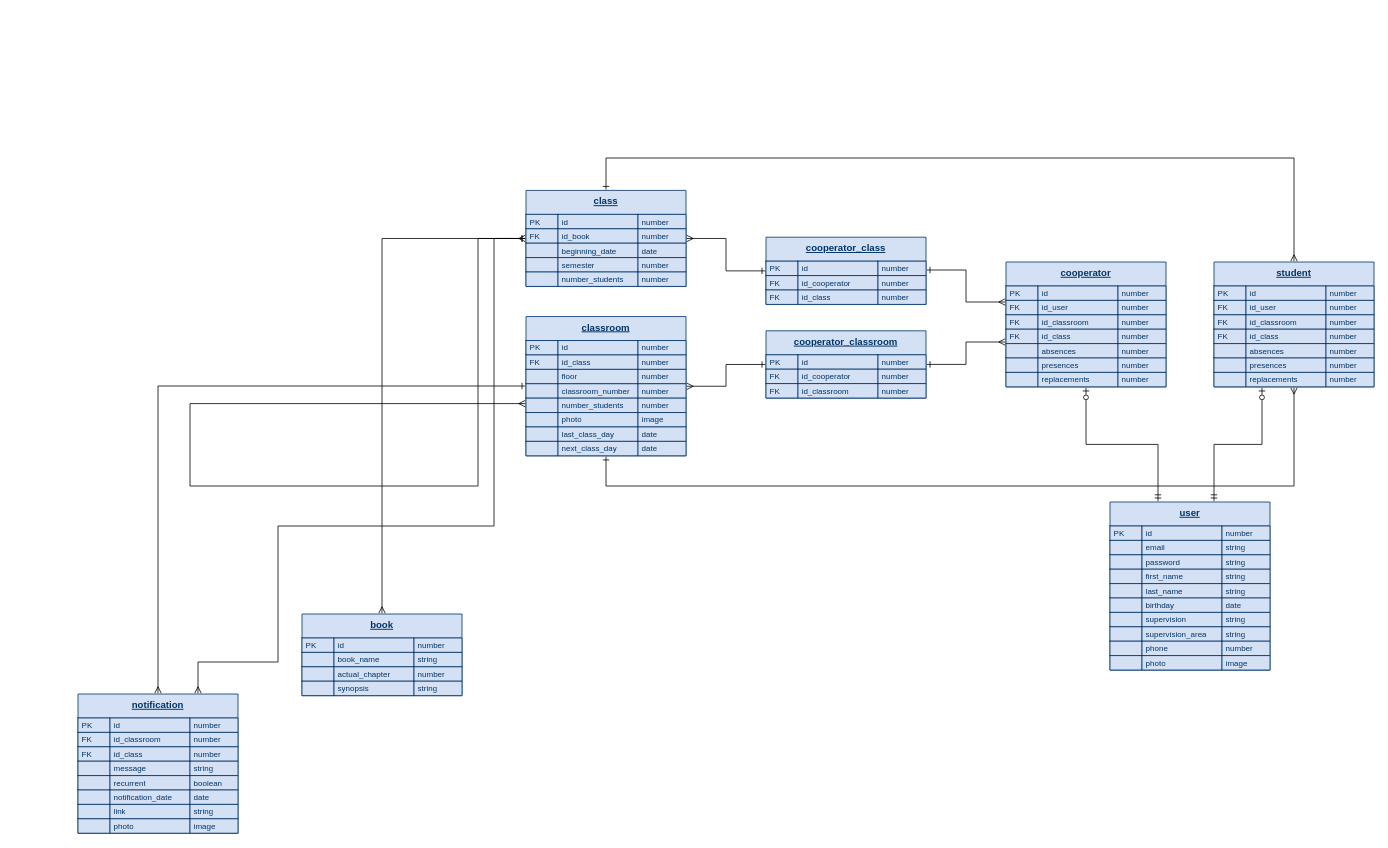
This is ser_db.drawio from FreeSoulsDotBat/SER, a draw.io file, before an edit. Source tidied: cells renumbered, new cells numbered last; positions are measured from the earlier drawing's top-left corner, leaving out a move shared by most shapes. Both pictures are drawn from the tidied source at 80%, with x=0, y=0 at pixel (78, 158).
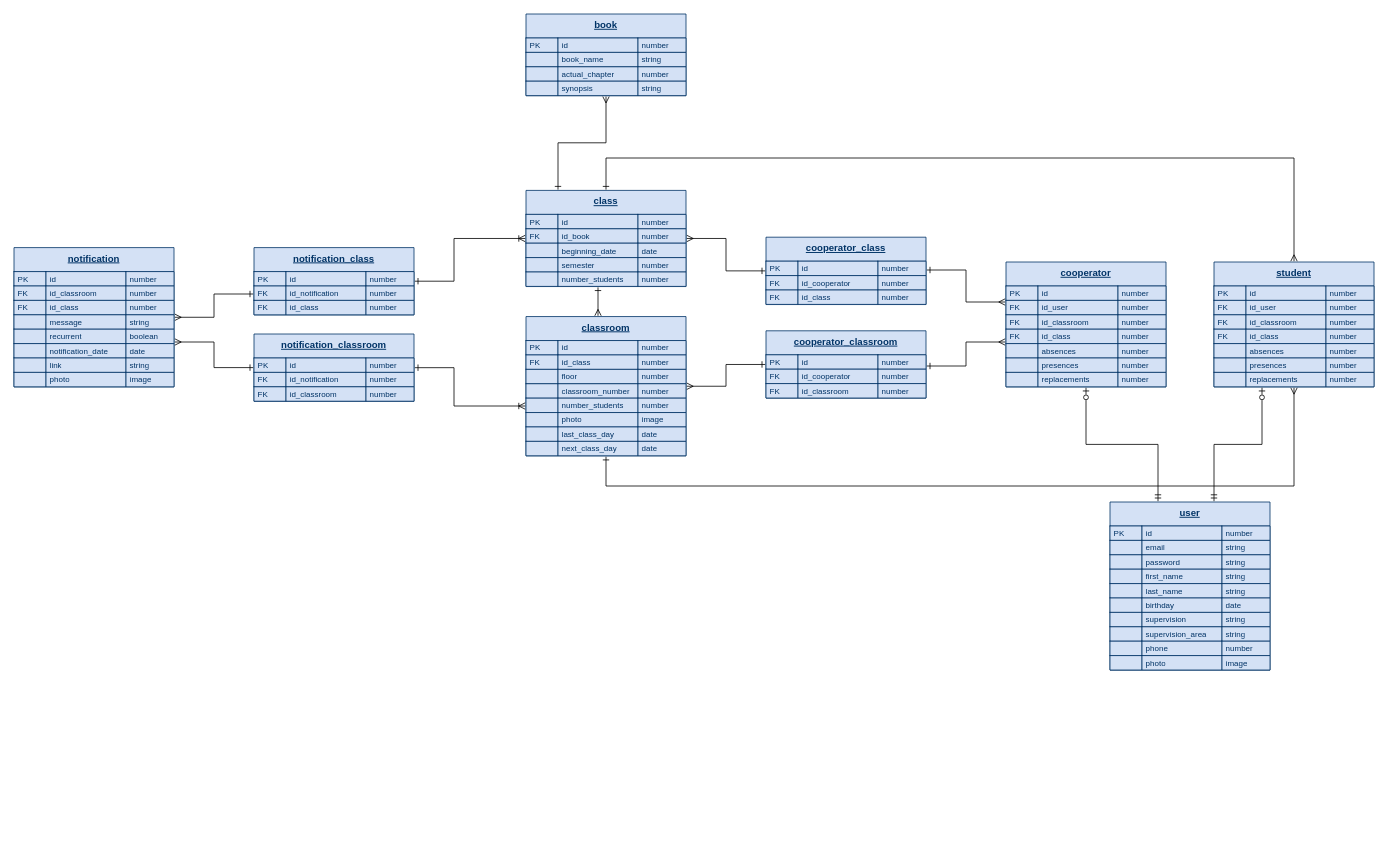
After the change.

The change refers to these unchanged cells:
```xml
<mxCell id="32" value="classroom" style="shape=table;startSize=30;childLayout=tableLayout;fontStyle=5;align=center;fillColor=#D4E1F5;strokeColor=#003366;fontColor=#003366;verticalAlign=top;swimlaneLine=1;sketch=0;perimeterSpacing=1;" parent="1" vertex="1">
  <mxGeometry x="560" y="198.2" width="200" height="174.2" as="geometry" />
</mxCell>
<mxCell id="101" value="class" style="shape=table;startSize=30;childLayout=tableLayout;fontStyle=5;align=center;fillColor=#D4E1F5;strokeColor=#003366;fontColor=#003366;verticalAlign=top;swimlaneLine=1;sketch=0;perimeterSpacing=1;" parent="1" vertex="1">
  <mxGeometry x="560" y="40.5" width="200" height="120.2" as="geometry" />
</mxCell>
<mxCell id="186" value="cooperator" style="shape=table;startSize=30;childLayout=tableLayout;fontStyle=5;align=center;fillColor=#D4E1F5;strokeColor=#003366;fontColor=#003366;verticalAlign=top;swimlaneLine=1;sketch=0;perimeterSpacing=1;" parent="1" vertex="1">
  <mxGeometry x="1160" y="130" width="200" height="156.2" as="geometry" />
</mxCell>
<mxCell id="216" value="cooperator_classroom" style="shape=table;startSize=30;childLayout=tableLayout;fontStyle=5;align=center;fillColor=#D4E1F5;strokeColor=#003366;fontColor=#003366;verticalAlign=top;swimlaneLine=1;sketch=0;perimeterSpacing=1;" parent="1" vertex="1">
  <mxGeometry x="860" y="216" width="200" height="84.2" as="geometry" />
</mxCell>
```

Diff of the diagram source:
```diff
@@
-    <mxCell id="65" style="edgeStyle=orthogonalEdgeStyle;rounded=0;jettySize=auto;html=1;fontSize=10;fontColor=#003366;startArrow=ERmany;startFill=0;endArrow=ERone;endFill=0;" parent="1" edge="1" source="66" target="32">
+    <mxCell id="65" style="edgeStyle=orthogonalEdgeStyle;rounded=0;jettySize=auto;html=1;fontSize=10;fontColor=#003366;startArrow=ERone;startFill=0;endArrow=ERoneToMany;endFill=0;" parent="1" edge="1" source="258" target="32">
       <mxGeometry relative="1" as="geometry">
         <Array as="points">
-          <mxPoint x="100" y="285" />
+          <mxPoint x="470" y="262" />
+          <mxPoint x="470" y="310" />
         </Array>
       </mxGeometry>
     </mxCell>
+    <mxCell id="243" style="edgeStyle=orthogonalEdgeStyle;rounded=0;jettySize=auto;html=1;startArrow=ERmany;startFill=0;endArrow=ERone;endFill=0;" parent="1" edge="1" source="66" target="245">
+      <mxGeometry relative="1" as="geometry">
+        <Array as="points">
+          <mxPoint x="170" y="199" />
+          <mxPoint x="170" y="170" />
+        </Array>
+      </mxGeometry>
+    </mxCell>
+    <mxCell id="244" style="edgeStyle=orthogonalEdgeStyle;rounded=0;jettySize=auto;html=1;startArrow=ERmany;startFill=0;endArrow=ERone;endFill=0;" parent="1" edge="1" source="66" target="258">
+      <mxGeometry relative="1" as="geometry">
+        <Array as="points">
+          <mxPoint x="170" y="230" />
+          <mxPoint x="170" y="262" />
+        </Array>
+      </mxGeometry>
+    </mxCell>
     <mxCell id="66" value="notification" style="shape=table;startSize=30;childLayout=tableLayout;fontStyle=5;align=center;fillColor=#D4E1F5;strokeColor=#003366;fontColor=#003366;verticalAlign=top;swimlaneLine=1;sketch=0;perimeterSpacing=1;" parent="1" vertex="1">
-      <mxGeometry y="670" width="200" height="174.2" as="geometry" />
+      <mxGeometry x="-80" y="112" width="200" height="174.2" as="geometry" />
     </mxCell>
@@
     <mxCell id="99" style="edgeStyle=orthogonalEdgeStyle;rounded=0;jettySize=auto;html=1;fontSize=10;fontColor=#003366;startArrow=ERone;startFill=0;endArrow=ERmany;endFill=0;" parent="1" edge="1" source="101" target="123">
-      <mxGeometry relative="1" as="geometry" />
+      <mxGeometry relative="1" as="geometry">
+        <Array as="points">
+          <mxPoint x="600" y="-19" />
+          <mxPoint x="660" y="-19" />
+        </Array>
+      </mxGeometry>
     </mxCell>
@@
     <mxCell id="122" style="edgeStyle=orthogonalEdgeStyle;rounded=0;jettySize=auto;html=1;fontSize=10;fontColor=#003366;startArrow=ERone;startFill=0;endArrow=ERmany;endFill=0;" parent="1" edge="1" source="101" target="32">
       <mxGeometry relative="1" as="geometry">
         <Array as="points">
-          <mxPoint x="500" y="101" />
-          <mxPoint x="500" y="410" />
-          <mxPoint x="140" y="410" />
-          <mxPoint x="140" y="307" />
+          <mxPoint x="650" y="180" />
+          <mxPoint x="650" y="180" />
         </Array>
       </mxGeometry>
     </mxCell>
     <mxCell id="123" value="book" style="shape=table;startSize=30;childLayout=tableLayout;fontStyle=5;align=center;fillColor=#D4E1F5;strokeColor=#003366;fontColor=#003366;verticalAlign=top;swimlaneLine=1;sketch=0;perimeterSpacing=1;" parent="1" vertex="1">
-      <mxGeometry x="280" y="570" width="200" height="102.2" as="geometry" />
+      <mxGeometry x="560" y="-180" width="200" height="102.2" as="geometry" />
     </mxCell>
@@
-    <mxCell id="140" style="edgeStyle=orthogonalEdgeStyle;rounded=0;jettySize=auto;html=1;fontSize=10;fontColor=#003366;startArrow=ERmany;startFill=0;endArrow=ERmany;endFill=0;" parent="1" edge="1" source="101" target="66">
+    <mxCell id="140" style="edgeStyle=orthogonalEdgeStyle;rounded=0;jettySize=auto;html=1;fontSize=10;fontColor=#003366;startArrow=ERoneToMany;startFill=0;endArrow=ERone;endFill=0;" parent="1" edge="1" source="101" target="245">
       <mxGeometry relative="1" as="geometry">
         <Array as="points">
-          <mxPoint x="520" y="101" />
-          <mxPoint x="520" y="460" />
-          <mxPoint x="250" y="460" />
-          <mxPoint x="250" y="630" />
-          <mxPoint x="150" y="630" />
+          <mxPoint x="470" y="101" />
+          <mxPoint x="470" y="154" />
         </Array>
       </mxGeometry>
     </mxCell>
@@
     <mxCell id="185" style="edgeStyle=orthogonalEdgeStyle;rounded=0;jettySize=auto;html=1;startArrow=ERmany;startFill=0;endArrow=ERone;endFill=0;" parent="1" edge="1" source="186" target="216">
       <mxGeometry relative="1" as="geometry">
         <Array as="points">
           <mxPoint x="1110" y="230" />
-          <mxPoint x="1110" y="258" />
+          <mxPoint x="1110" y="260" />
         </Array>
       </mxGeometry>
     </mxCell>
@@
+    <mxCell id="245" value="notification_class" style="shape=table;startSize=30;childLayout=tableLayout;fontStyle=5;align=center;fillColor=#D4E1F5;strokeColor=#003366;fontColor=#003366;verticalAlign=top;swimlaneLine=1;sketch=0;perimeterSpacing=1;" parent="1" vertex="1">
+      <mxGeometry x="220" y="112" width="200" height="84.2" as="geometry" />
+    </mxCell>
+    <mxCell id="246" style="shape=tableRow;horizontal=0;startSize=0;swimlaneHead=0;swimlaneBody=0;top=0;left=0;bottom=0;right=0;fillColor=none;" parent="245" vertex="1">
+      <mxGeometry y="30" width="200" height="18" as="geometry" />
+    </mxCell>
+    <mxCell id="247" value="PK" style="shape=partialRectangle;html=1;whiteSpace=wrap;fillColor=#D4E1F5;top=1;left=1;bottom=1;right=1;overflow=hidden;strokeColor=#003366;strokeWidth=1;align=left;fontColor=#003366;spacingLeft=5;fontSize=10;spacing=0;" parent="246" vertex="1">
+      <mxGeometry width="40" height="18" as="geometry" />
+    </mxCell>
+    <mxCell id="248" value="id" style="shape=partialRectangle;html=1;whiteSpace=wrap;fillColor=#D4E1F5;top=1;left=1;bottom=1;right=1;overflow=hidden;strokeColor=#003366;strokeWidth=1;align=left;fontColor=#003366;spacingLeft=5;fontSize=10;spacing=0;" parent="246" vertex="1">
+      <mxGeometry x="40" width="100" height="18" as="geometry" />
+    </mxCell>
+    <mxCell id="249" value="number" style="shape=partialRectangle;html=1;whiteSpace=wrap;fillColor=#D4E1F5;top=1;left=1;bottom=1;right=1;overflow=hidden;strokeColor=#003366;strokeWidth=1;align=left;fontColor=#003366;spacingLeft=5;fontSize=10;spacing=0;" parent="246" vertex="1">
+      <mxGeometry x="140" width="60" height="18" as="geometry" />
+    </mxCell>
+    <mxCell id="250" style="shape=tableRow;horizontal=0;startSize=0;swimlaneHead=0;swimlaneBody=0;top=0;left=0;bottom=0;right=0;fillColor=none;" parent="245" vertex="1">
+      <mxGeometry y="48" width="200" height="18" as="geometry" />
+    </mxCell>
+    <mxCell id="251" value="FK" style="shape=partialRectangle;html=1;whiteSpace=wrap;fillColor=#D4E1F5;top=1;left=1;bottom=1;right=1;overflow=hidden;strokeColor=#003366;strokeWidth=1;align=left;fontColor=#003366;spacingLeft=5;fontSize=10;spacing=0;" parent="250" vertex="1">
+      <mxGeometry width="40" height="18" as="geometry" />
+    </mxCell>
+    <mxCell id="252" value="id_notification" style="shape=partialRectangle;html=1;whiteSpace=wrap;fillColor=#D4E1F5;top=1;left=1;bottom=1;right=1;overflow=hidden;strokeColor=#003366;strokeWidth=1;align=left;fontColor=#003366;spacingLeft=5;fontSize=10;spacing=0;" parent="250" vertex="1">
+      <mxGeometry x="40" width="100" height="18" as="geometry" />
+    </mxCell>
+    <mxCell id="253" value="number" style="shape=partialRectangle;html=1;whiteSpace=wrap;fillColor=#D4E1F5;top=1;left=1;bottom=1;right=1;overflow=hidden;strokeColor=#003366;strokeWidth=1;align=left;fontColor=#003366;spacingLeft=5;fontSize=10;spacing=0;" parent="250" vertex="1">
+      <mxGeometry x="140" width="60" height="18" as="geometry" />
+    </mxCell>
+    <mxCell id="254" style="shape=tableRow;horizontal=0;startSize=0;swimlaneHead=0;swimlaneBody=0;top=0;left=0;bottom=0;right=0;fillColor=none;" parent="245" vertex="1">
+      <mxGeometry y="66" width="200" height="18" as="geometry" />
+    </mxCell>
+    <mxCell id="255" value="FK" style="shape=partialRectangle;html=1;whiteSpace=wrap;fillColor=#D4E1F5;top=1;left=1;bottom=1;right=1;overflow=hidden;strokeColor=#003366;strokeWidth=1;align=left;fontColor=#003366;spacingLeft=5;fontSize=10;spacing=0;" parent="254" vertex="1">
+      <mxGeometry width="40" height="18" as="geometry" />
+    </mxCell>
+    <mxCell id="256" value="id_class" style="shape=partialRectangle;html=1;whiteSpace=wrap;fillColor=#D4E1F5;top=1;left=1;bottom=1;right=1;overflow=hidden;strokeColor=#003366;strokeWidth=1;align=left;fontColor=#003366;spacingLeft=5;fontSize=10;spacing=0;" parent="254" vertex="1">
+      <mxGeometry x="40" width="100" height="18" as="geometry" />
+    </mxCell>
+    <mxCell id="257" value="number" style="shape=partialRectangle;html=1;whiteSpace=wrap;fillColor=#D4E1F5;top=1;left=1;bottom=1;right=1;overflow=hidden;strokeColor=#003366;strokeWidth=1;align=left;fontColor=#003366;spacingLeft=5;fontSize=10;spacing=0;" parent="254" vertex="1">
+      <mxGeometry x="140" width="60" height="18" as="geometry" />
+    </mxCell>
+    <mxCell id="258" value="notification_classroom" style="shape=table;startSize=30;childLayout=tableLayout;fontStyle=5;align=center;fillColor=#D4E1F5;strokeColor=#003366;fontColor=#003366;verticalAlign=top;swimlaneLine=1;sketch=0;perimeterSpacing=1;" parent="1" vertex="1">
+      <mxGeometry x="220" y="220" width="200" height="84.2" as="geometry" />
+    </mxCell>
+    <mxCell id="259" style="shape=tableRow;horizontal=0;startSize=0;swimlaneHead=0;swimlaneBody=0;top=0;left=0;bottom=0;right=0;fillColor=none;" parent="258" vertex="1">
+      <mxGeometry y="30" width="200" height="18" as="geometry" />
+    </mxCell>
+    <mxCell id="260" value="PK" style="shape=partialRectangle;html=1;whiteSpace=wrap;fillColor=#D4E1F5;top=1;left=1;bottom=1;right=1;overflow=hidden;strokeColor=#003366;strokeWidth=1;align=left;fontColor=#003366;spacingLeft=5;fontSize=10;spacing=0;" parent="259" vertex="1">
+      <mxGeometry width="40" height="18" as="geometry" />
+    </mxCell>
+    <mxCell id="261" value="id" style="shape=partialRectangle;html=1;whiteSpace=wrap;fillColor=#D4E1F5;top=1;left=1;bottom=1;right=1;overflow=hidden;strokeColor=#003366;strokeWidth=1;align=left;fontColor=#003366;spacingLeft=5;fontSize=10;spacing=0;" parent="259" vertex="1">
+      <mxGeometry x="40" width="100" height="18" as="geometry" />
+    </mxCell>
+    <mxCell id="262" value="number" style="shape=partialRectangle;html=1;whiteSpace=wrap;fillColor=#D4E1F5;top=1;left=1;bottom=1;right=1;overflow=hidden;strokeColor=#003366;strokeWidth=1;align=left;fontColor=#003366;spacingLeft=5;fontSize=10;spacing=0;" parent="259" vertex="1">
+      <mxGeometry x="140" width="60" height="18" as="geometry" />
+    </mxCell>
+    <mxCell id="263" style="shape=tableRow;horizontal=0;startSize=0;swimlaneHead=0;swimlaneBody=0;top=0;left=0;bottom=0;right=0;fillColor=none;" parent="258" vertex="1">
+      <mxGeometry y="48" width="200" height="18" as="geometry" />
+    </mxCell>
+    <mxCell id="264" value="FK" style="shape=partialRectangle;html=1;whiteSpace=wrap;fillColor=#D4E1F5;top=1;left=1;bottom=1;right=1;overflow=hidden;strokeColor=#003366;strokeWidth=1;align=left;fontColor=#003366;spacingLeft=5;fontSize=10;spacing=0;" parent="263" vertex="1">
+      <mxGeometry width="40" height="18" as="geometry" />
+    </mxCell>
+    <mxCell id="265" value="id_notification" style="shape=partialRectangle;html=1;whiteSpace=wrap;fillColor=#D4E1F5;top=1;left=1;bottom=1;right=1;overflow=hidden;strokeColor=#003366;strokeWidth=1;align=left;fontColor=#003366;spacingLeft=5;fontSize=10;spacing=0;" parent="263" vertex="1">
+      <mxGeometry x="40" width="100" height="18" as="geometry" />
+    </mxCell>
+    <mxCell id="266" value="number" style="shape=partialRectangle;html=1;whiteSpace=wrap;fillColor=#D4E1F5;top=1;left=1;bottom=1;right=1;overflow=hidden;strokeColor=#003366;strokeWidth=1;align=left;fontColor=#003366;spacingLeft=5;fontSize=10;spacing=0;" parent="263" vertex="1">
+      <mxGeometry x="140" width="60" height="18" as="geometry" />
+    </mxCell>
+    <mxCell id="267" style="shape=tableRow;horizontal=0;startSize=0;swimlaneHead=0;swimlaneBody=0;top=0;left=0;bottom=0;right=0;fillColor=none;" parent="258" vertex="1">
+      <mxGeometry y="66" width="200" height="18" as="geometry" />
+    </mxCell>
+    <mxCell id="268" value="FK" style="shape=partialRectangle;html=1;whiteSpace=wrap;fillColor=#D4E1F5;top=1;left=1;bottom=1;right=1;overflow=hidden;strokeColor=#003366;strokeWidth=1;align=left;fontColor=#003366;spacingLeft=5;fontSize=10;spacing=0;" parent="267" vertex="1">
+      <mxGeometry width="40" height="18" as="geometry" />
+    </mxCell>
+    <mxCell id="269" value="id_classroom" style="shape=partialRectangle;html=1;whiteSpace=wrap;fillColor=#D4E1F5;top=1;left=1;bottom=1;right=1;overflow=hidden;strokeColor=#003366;strokeWidth=1;align=left;fontColor=#003366;spacingLeft=5;fontSize=10;spacing=0;" parent="267" vertex="1">
+      <mxGeometry x="40" width="100" height="18" as="geometry" />
+    </mxCell>
+    <mxCell id="270" value="number" style="shape=partialRectangle;html=1;whiteSpace=wrap;fillColor=#D4E1F5;top=1;left=1;bottom=1;right=1;overflow=hidden;strokeColor=#003366;strokeWidth=1;align=left;fontColor=#003366;spacingLeft=5;fontSize=10;spacing=0;" parent="267" vertex="1">
+      <mxGeometry x="140" width="60" height="18" as="geometry" />
+    </mxCell>
```
